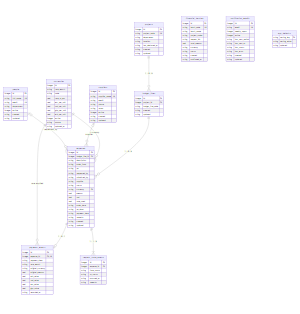
Before: docs/DATABASE_ERD.png, a diagram exported from Mermaid (gedyzed/Logapp). Its source is kept beside it as docs/DATABASE_ERD.mmd.
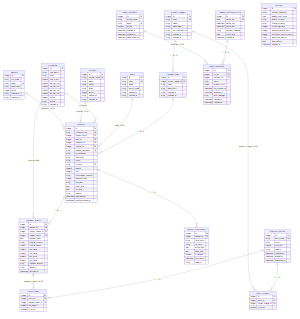
Above is the later version.

Commit message:
docs(db): normalize database design and update ERD to production PostgreSQL target

Change to the diagram source:
```diff
@@ -1,73 +1,98 @@
 erDiagram
-    projects ||--o{ budget_lines : "1 : 0..N"
-    budget_lines ||--o{ expenses : "1 : 0..N"
-    expenses ||--o| payment_events : "1 : 0..1"
-    expenses ||--|{ request_state_events : "1 : 1..N"
-    currencies ||--o{ expenses : "currency"
+    project_budgets ||--o{ budget_lines : "1 : 0..N"
+    budget_lines ||--o{ requests : "1 : 0..N"
+    areas ||--o{ requests : "area_id FK"
+    requests ||--o| payment_events : "1 : 0..1"
+    requests ||--|{ request_state_events : "1 : 1..N"
+    currencies ||--o{ requests : "currency"
     currencies ||--o{ payment_events : "rate applied"
-    suppliers o|--o{ expenses : "supplier"
-    people o|--o{ expenses : "requested_by"
+    suppliers o|--o{ requests : "supplier_id FK"
+    peoples o|--o{ requests : "requester_id FK"
+    financial_batches ||--|{ batch_projects : "1 : 1..N"
+    project_budgets ||--o{ batch_projects : "project_budget_id FK"
+    financial_batches ||--|{ batch_items : "1 : 1..N"
+    payment_events ||--o{ batch_items : "payment_event_id FK"
+    weekly_notification_runs ||--o{ email_deliveries : "1 : 0..N"
+    email_recipients ||--o{ email_deliveries : "recipient_id FK"
 
-    projects {
+    project_budgets {
         integer id PK
-        string project_code UK
+        string code UK
+        string name
         string department
-        string location
-        string last_deducted_at
-        string created
-        string updated
+        string last_checkpoint_at
+        string created_at
+        string updated_at
+    }
+
+    areas {
+        integer id PK
+        string code UK
+        string name
+        string country_code
+        string created_at
+        string updated_at
     }
 
     budget_lines {
         integer id PK
-        integer project_id FK
-        string budget_line_code
-        string created
-        string updated
+        integer project_budget_id FK
+        string code
+        string description
+        string created_at
+        string updated_at
     }
 
-    expenses {
+    requests {
         integer id PK
+        string submission_key UK
         integer budget_line_id FK
+        integer area_id FK
+        integer requester_id FK
+        integer supplier_id FK
+        string request_reference UK
+        string po_reference
         string description
-        string order_form
-        string po
-        string requested_by
-        string submitted_by
-        string supplier
         string status
         string currency FK
-        real amount
-        real usd
-        real rate_used
-        string order_date
-        string po_date
-        string payment_date
+        numeric amount
+        numeric usd
+        string procurement_scenario
+        integer expected_days
+        string due_date
+        date order_date
+        date po_date
         string remarks
-        string created
-        string updated
+        timestamp registered_at
+        timestamp pending_entered_at
     }
 
     payment_events {
         integer id PK
-        integer expense_id FK, UK
-        string payment_date
-        string rate_month
+        integer request_id FK
+        integer project_budget_id FK
+        integer budget_line_id FK
+        date payment_date
         string original_currency
-        real original_amount
-        real etb_value
-        real usd_value
-        real eur_value
-        real gbp_value
-        string recorded_at
+        numeric original_amount
+        numeric etb_value
+        numeric usd_value
+        numeric eur_value
+        numeric gbp_value
+        string payment_method
+        string remarks
+        timestamp recorded_at
     }
 
     request_state_events {
         integer id PK
-        integer expense_id FK
+        integer request_id FK
         string from_status
         string to_status
-        string occurred_at
+        real actual_days
+        real delay_days
+        boolean is_delayed
+        timestamp occurred_at
         string remarks
     }
 
@@ -75,11 +100,11 @@
         integer id PK
         string rate_month
         string code
-        real rate_to_eur
-        real eur_per_unit
-        real usd_per_unit
-        real gbp_per_unit
-        real etb_per_unit
+        numeric rate_to_eur
+        numeric eur_per_unit
+        numeric usd_per_unit
+        numeric gbp_per_unit
+        numeric etb_per_unit
         integer active
         string source
         string updated_at
@@ -88,14 +113,27 @@
     financial_batches {
         integer id PK
         string batch_code UK
-        string batch_name
-        string project_codes
-        string request_ids
-        real total_amount
-        string currency
         string status
-        string created
-        string confirmed_at
+        numeric total_usd
+        string remarks
+        timestamp prepared_at
+        timestamp applied_at
+        timestamp abandoned_at
+    }
+
+    batch_projects {
+        integer id PK
+        integer batch_id FK
+        integer project_budget_id FK
+        boolean is_active
+    }
+
+    batch_items {
+        integer id PK
+        integer batch_id FK
+        integer payment_event_id FK
+        numeric usd_amount
+        boolean is_active
     }
 
     suppliers {
@@ -105,35 +143,63 @@
         string phone
         string notes
         integer active
-        string created
-        string updated
+        string created_at
+        string updated_at
     }
 
-    people {
+    peoples {
         integer id PK
-        string full_name UK
+        string full_name
         string email UK
         string department
         integer active
-        string created
-        string updated
+        string created_at
+        string updated_at
     }
 
-    notification_emails {
+    email_recipients {
         integer id PK
+        string display_name
         string email UK
-        integer weekly_report
-        integer active
-        string last_sent_period
-        string last_sent_at
-        string last_status
-        string last_error
-        string created
-        string updated
+        boolean active
+        timestamp created_at
+        timestamp updated_at
+        timestamp deactivated_at
     }
 
-    app_defaults {
-        string setting_key PK
-        string setting_value
-        string updated
+    weekly_notification_runs {
+        integer id PK
+        date period_key UK
+        timestamp period_start
+        timestamp period_end
+        string business_timezone
+        time cutoff_local
+        timestamp created_at
     }
+
+    email_deliveries {
+        integer id PK
+        integer run_id FK
+        integer recipient_id FK
+        string status
+        integer attempt_count
+        timestamp last_attempt_at
+        timestamp accepted_at
+        string error_message
+        timestamp created_at
+        timestamp updated_at
+    }
+
+    settings {
+        integer id PK
+        string business_timezone
+        time weekly_cutoff_local
+        string default_currency
+        string finance_currency
+        integer fx_max_age_days
+        integer pending_overdue_hours
+        integer notification_catchup_hours
+        string application_base_url
+        bigint data_revision
+        timestamp updated_at
+    }
```
